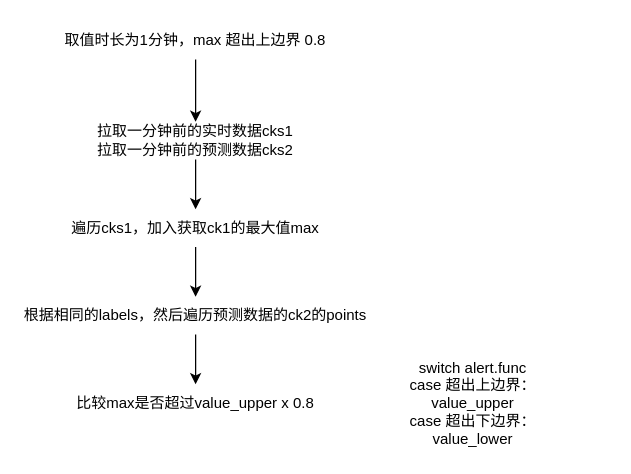
Before: dynamic-alert.drawio in wupei-w/diagrams, a draw.io diagram. Source tidied: cells renumbered, new cells numbered last; positions are measured from the earlier drawing's top-left corner, leaving out a move shared by most shapes. Both pictures are drawn from the tidied source at 125%, with x=0, y=0 at pixel (21, 21).
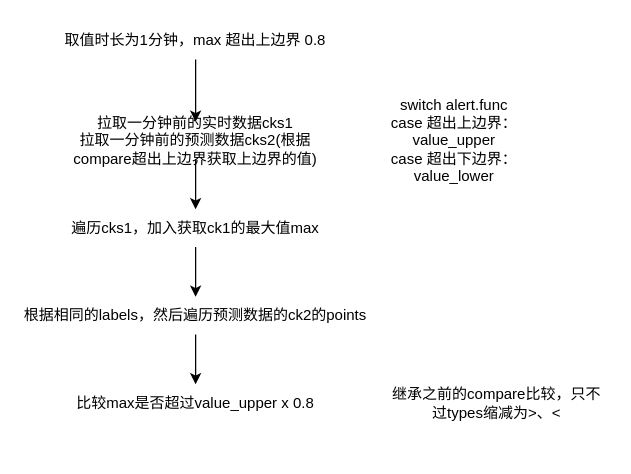
Above is the later version.

What changed in the source:
```diff
@@
 <mxGraphModel>
   <root>
     <mxCell id="0" />
     <mxCell id="1" parent="0" />
     <mxCell id="2" style="edgeStyle=orthogonalEdgeStyle;rounded=0;jettySize=auto;html=1;" parent="1" edge="1" source="3" target="5">
       <mxGeometry relative="1" as="geometry" />
     </mxCell>
     <mxCell id="3" value="取值时长为1分钟，max 超出上边界 0.8" style="text;html=1;strokeColor=none;fillColor=none;align=center;verticalAlign=middle;whiteSpace=wrap;rounded=0;" parent="1" vertex="1">
       <mxGeometry x="14" width="250" height="30" as="geometry" />
     </mxCell>
     <mxCell id="4" style="edgeStyle=orthogonalEdgeStyle;rounded=0;jettySize=auto;html=1;" parent="1" edge="1" source="5" target="7">
       <mxGeometry relative="1" as="geometry" />
     </mxCell>
-    <mxCell id="5" value="拉取一分钟前的实时数据cks1&lt;br&gt;拉取一分钟前的预测数据cks2" style="text;html=1;strokeColor=none;fillColor=none;align=center;verticalAlign=middle;whiteSpace=wrap;rounded=0;" parent="1" vertex="1">
-      <mxGeometry x="46" y="80" width="186" height="30" as="geometry" />
+    <mxCell id="5" value="拉取一分钟前的实时数据cks1&lt;br&gt;拉取一分钟前的预测数据cks2(根据compare超出上边界获取上边界的值)" style="text;html=1;strokeColor=none;fillColor=none;align=center;verticalAlign=middle;whiteSpace=wrap;rounded=0;" parent="1" vertex="1">
+      <mxGeometry x="36.2" y="80" width="205.5" height="30" as="geometry" />
     </mxCell>
     <mxCell id="6" style="edgeStyle=orthogonalEdgeStyle;rounded=0;jettySize=auto;html=1;" parent="1" edge="1" source="7" target="9">
       <mxGeometry relative="1" as="geometry" />
     </mxCell>
     <mxCell id="7" value="遍历cks1，加入获取ck1的最大值max" style="text;html=1;strokeColor=none;fillColor=none;align=center;verticalAlign=middle;whiteSpace=wrap;rounded=0;" parent="1" vertex="1">
       <mxGeometry x="27" y="150" width="224" height="30" as="geometry" />
     </mxCell>
     <mxCell id="8" style="edgeStyle=orthogonalEdgeStyle;rounded=0;jettySize=auto;html=1;" parent="1" edge="1" source="9" target="10">
       <mxGeometry relative="1" as="geometry" />
     </mxCell>
     <mxCell id="9" value="根据相同的labels，然后遍历预测数据的ck2的points" style="text;html=1;strokeColor=none;fillColor=none;align=center;verticalAlign=middle;whiteSpace=wrap;rounded=0;" parent="1" vertex="1">
       <mxGeometry y="220" width="278" height="30" as="geometry" />
     </mxCell>
     <mxCell id="10" value="比较max是否超过value_upper x 0.8" style="text;html=1;strokeColor=none;fillColor=none;align=center;verticalAlign=middle;whiteSpace=wrap;rounded=0;" parent="1" vertex="1">
       <mxGeometry x="42" y="290" width="194" height="30" as="geometry" />
     </mxCell>
     <mxCell id="11" value="switch alert.func&lt;br&gt;case 超出上边界：&lt;br&gt;value_upper&lt;br&gt;case 超出下边界：&lt;br&gt;value_lower" style="text;html=1;strokeColor=none;fillColor=none;align=center;verticalAlign=middle;whiteSpace=wrap;rounded=0;" parent="1" vertex="1">
-      <mxGeometry x="251" y="265" width="220" height="80" as="geometry" />
+      <mxGeometry x="236" y="55" width="220" height="80" as="geometry" />
     </mxCell>
+    <mxCell id="12" value="继承之前的compare比较，只不过types缩减为&amp;gt;、&amp;lt;" style="text;html=1;strokeColor=none;fillColor=none;align=center;verticalAlign=middle;whiteSpace=wrap;rounded=0;" parent="1" vertex="1">
+      <mxGeometry x="295" y="290" width="170" height="30" as="geometry" />
+    </mxCell>
   </root>
 </mxGraphModel>
```
